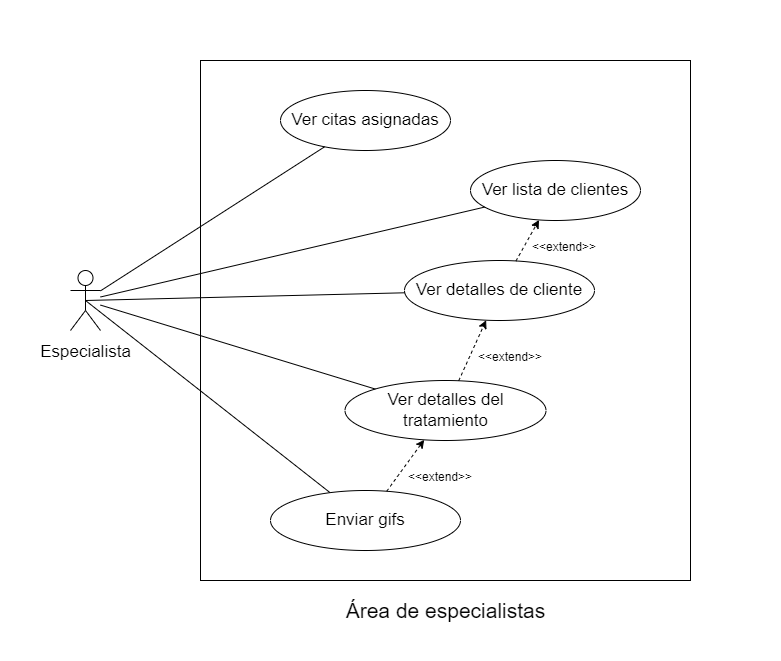
mpadillatabuenca/Proyecto-IR-Cinetica keeps this draw.io diagram as Proyecto remus/images/$Casos_de_uso_area_de_especialistas.png. Above is the earlier version. Source tidied: cells renumbered, new cells last; positions are measured from the earlier drawing's top-left corner, leaving out a move shared by most shapes. Source of this version:
```xml
<mxGraphModel>
  <root>
    <mxCell id="0" />
    <mxCell id="1" parent="0" />
    <mxCell id="2" style="rounded=0;whiteSpace=wrap;html=1;strokeColor=none;" parent="1" vertex="1">
      <mxGeometry width="780" height="660" as="geometry" />
    </mxCell>
    <mxCell id="3" style="rounded=0;whiteSpace=wrap;html=1;" parent="1" vertex="1">
      <mxGeometry x="200" y="60" width="490" height="520" as="geometry" />
    </mxCell>
    <mxCell id="4" value="&lt;font style=&quot;font-size: 21px&quot;&gt;Área de especialistas&lt;/font&gt;" style="text;html=1;align=center;verticalAlign=middle;strokeColor=none;fillColor=none;" parent="1" vertex="1">
      <mxGeometry x="335" y="600" width="220" height="20" as="geometry" />
    </mxCell>
    <mxCell id="5" value="&lt;font style=&quot;font-size: 17px&quot;&gt;Especialista&lt;/font&gt;" style="shape=umlActor;verticalLabelPosition=bottom;verticalAlign=top;html=1;outlineConnect=0;fontSize=21;" parent="1" vertex="1">
      <mxGeometry x="70" y="270" width="30" height="60" as="geometry" />
    </mxCell>
    <mxCell id="6" value="Ver citas asignadas" style="ellipse;whiteSpace=wrap;html=1;fontSize=17;" parent="1" vertex="1">
      <mxGeometry x="280" y="90" width="170" height="60" as="geometry" />
    </mxCell>
    <mxCell id="7" style="endArrow=none;html=1;rounded=0;fontSize=16;" parent="1" edge="1" source="5" target="6">
      <mxGeometry relative="1" as="geometry" />
    </mxCell>
    <mxCell id="8" value="Ver lista de clientes" style="ellipse;whiteSpace=wrap;html=1;fontSize=17;" parent="1" vertex="1">
      <mxGeometry x="470" y="160" width="170" height="60" as="geometry" />
    </mxCell>
    <mxCell id="9" style="endArrow=none;html=1;rounded=0;fontSize=16;" parent="1" edge="1" source="5" target="8">
      <mxGeometry relative="1" as="geometry" />
    </mxCell>
    <mxCell id="10" value="Ver detalles del tratamiento" style="ellipse;whiteSpace=wrap;html=1;fontSize=17;" parent="1" vertex="1">
      <mxGeometry x="344.5" y="380" width="201" height="60" as="geometry" />
    </mxCell>
    <mxCell id="11" style="endArrow=none;html=1;rounded=0;fontSize=16;" parent="1" edge="1" source="5" target="10">
      <mxGeometry relative="1" as="geometry" />
    </mxCell>
    <mxCell id="12" value="Ver detalles de cliente" style="ellipse;whiteSpace=wrap;html=1;fontSize=17;" parent="1" vertex="1">
      <mxGeometry x="404" y="260" width="190" height="60" as="geometry" />
    </mxCell>
    <mxCell id="13" style="endArrow=none;html=1;rounded=0;fontSize=16;exitX=0.5;exitY=0.5;exitDx=0;exitDy=0;exitPerimeter=0;" parent="1" edge="1" source="5" target="12">
      <mxGeometry relative="1" as="geometry" />
    </mxCell>
    <mxCell id="14" value="Enviar gifs" style="ellipse;whiteSpace=wrap;html=1;fontSize=17;" parent="1" vertex="1">
      <mxGeometry x="270" y="490" width="190" height="60" as="geometry" />
    </mxCell>
    <mxCell id="15" style="endArrow=none;html=1;rounded=0;fontSize=16;exitX=0.5;exitY=0.5;exitDx=0;exitDy=0;exitPerimeter=0;" parent="1" edge="1" source="5" target="14">
      <mxGeometry relative="1" as="geometry" />
    </mxCell>
    <mxCell id="16" style="endArrow=classic;html=1;rounded=0;fontSize=16;dashed=1;" parent="1" edge="1" source="12" target="8">
      <mxGeometry relative="1" as="geometry" />
    </mxCell>
    <mxCell id="17" style="endArrow=classic;html=1;rounded=0;fontSize=16;dashed=1;" parent="1" edge="1" source="10" target="12">
      <mxGeometry relative="1" as="geometry" />
    </mxCell>
    <mxCell id="18" style="endArrow=classic;html=1;rounded=0;fontSize=16;dashed=1;" parent="1" edge="1" source="14" target="10">
      <mxGeometry relative="1" as="geometry" />
    </mxCell>
    <mxCell id="19" value="&lt;font style=&quot;font-size: 12px&quot;&gt;&amp;lt;&amp;lt;extend&amp;gt;&amp;gt;&lt;/font&gt;" style="text;html=1;strokeColor=none;fillColor=none;align=center;verticalAlign=middle;whiteSpace=wrap;rounded=0;fontSize=16;" parent="1" vertex="1">
      <mxGeometry x="534" y="230" width="60" height="30" as="geometry" />
    </mxCell>
    <mxCell id="20" value="&lt;font style=&quot;font-size: 12px&quot;&gt;&amp;lt;&amp;lt;extend&amp;gt;&amp;gt;&lt;/font&gt;" style="text;html=1;strokeColor=none;fillColor=none;align=center;verticalAlign=middle;whiteSpace=wrap;rounded=0;fontSize=16;" parent="1" vertex="1">
      <mxGeometry x="480" y="340" width="60" height="30" as="geometry" />
    </mxCell>
    <mxCell id="21" value="&lt;font style=&quot;font-size: 12px&quot;&gt;&amp;lt;&amp;lt;extend&amp;gt;&amp;gt;&lt;/font&gt;" style="text;html=1;strokeColor=none;fillColor=none;align=center;verticalAlign=middle;whiteSpace=wrap;rounded=0;fontSize=16;" parent="1" vertex="1">
      <mxGeometry x="410" y="460" width="60" height="30" as="geometry" />
    </mxCell>
  </root>
</mxGraphModel>
```
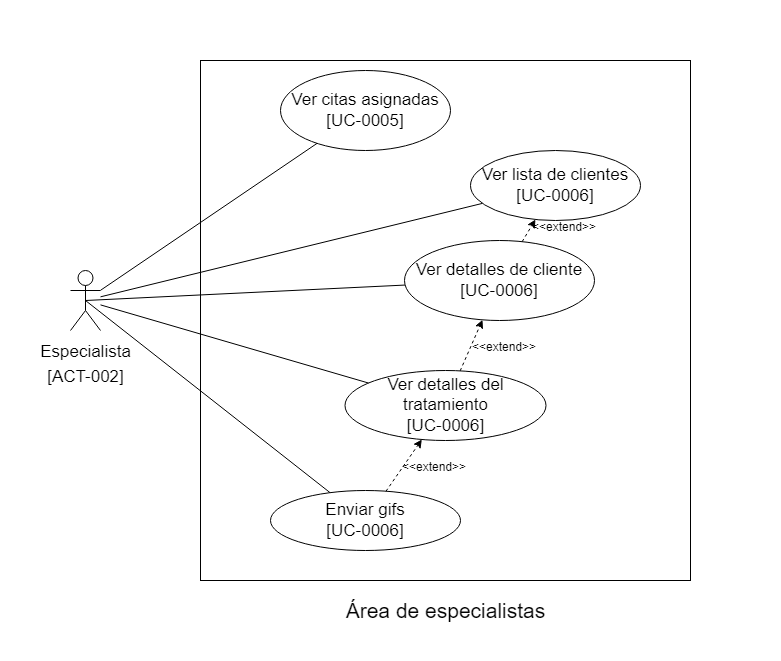
After the commit.

What changed in the source:
```diff
@@ -11,34 +11,34 @@
     <mxCell id="4" value="&lt;font style=&quot;font-size: 21px&quot;&gt;Área de especialistas&lt;/font&gt;" style="text;html=1;align=center;verticalAlign=middle;strokeColor=none;fillColor=none;" parent="1" vertex="1">
       <mxGeometry x="335" y="600" width="220" height="20" as="geometry" />
     </mxCell>
-    <mxCell id="5" value="&lt;font style=&quot;font-size: 17px&quot;&gt;Especialista&lt;/font&gt;" style="shape=umlActor;verticalLabelPosition=bottom;verticalAlign=top;html=1;outlineConnect=0;fontSize=21;" parent="1" vertex="1">
+    <mxCell id="5" value="&lt;font style=&quot;font-size: 17px&quot;&gt;Especialista&lt;br&gt;[ACT-002]&lt;br&gt;&lt;/font&gt;" style="shape=umlActor;verticalLabelPosition=bottom;verticalAlign=top;html=1;outlineConnect=0;fontSize=21;" parent="1" vertex="1">
       <mxGeometry x="70" y="270" width="30" height="60" as="geometry" />
     </mxCell>
-    <mxCell id="6" value="Ver citas asignadas" style="ellipse;whiteSpace=wrap;html=1;fontSize=17;" parent="1" vertex="1">
-      <mxGeometry x="280" y="90" width="170" height="60" as="geometry" />
+    <mxCell id="6" value="Ver citas asignadas&lt;br&gt;[UC-0005]" style="ellipse;whiteSpace=wrap;html=1;fontSize=17;" parent="1" vertex="1">
+      <mxGeometry x="280" y="70" width="170" height="80" as="geometry" />
     </mxCell>
     <mxCell id="7" style="endArrow=none;html=1;rounded=0;fontSize=16;" parent="1" edge="1" source="5" target="6">
       <mxGeometry relative="1" as="geometry" />
     </mxCell>
-    <mxCell id="8" value="Ver lista de clientes" style="ellipse;whiteSpace=wrap;html=1;fontSize=17;" parent="1" vertex="1">
-      <mxGeometry x="470" y="160" width="170" height="60" as="geometry" />
+    <mxCell id="8" value="Ver lista de clientes&lt;br&gt;[UC-0006]" style="ellipse;whiteSpace=wrap;html=1;fontSize=17;" parent="1" vertex="1">
+      <mxGeometry x="470" y="150" width="170" height="70" as="geometry" />
     </mxCell>
     <mxCell id="9" style="endArrow=none;html=1;rounded=0;fontSize=16;" parent="1" edge="1" source="5" target="8">
       <mxGeometry relative="1" as="geometry" />
     </mxCell>
-    <mxCell id="10" value="Ver detalles del tratamiento" style="ellipse;whiteSpace=wrap;html=1;fontSize=17;" parent="1" vertex="1">
-      <mxGeometry x="344.5" y="380" width="201" height="60" as="geometry" />
+    <mxCell id="10" value="Ver detalles del tratamiento&lt;br&gt;[UC-0006]" style="ellipse;whiteSpace=wrap;html=1;fontSize=17;" parent="1" vertex="1">
+      <mxGeometry x="344.5" y="370" width="201" height="70" as="geometry" />
     </mxCell>
     <mxCell id="11" style="endArrow=none;html=1;rounded=0;fontSize=16;" parent="1" edge="1" source="5" target="10">
       <mxGeometry relative="1" as="geometry" />
     </mxCell>
-    <mxCell id="12" value="Ver detalles de cliente" style="ellipse;whiteSpace=wrap;html=1;fontSize=17;" parent="1" vertex="1">
-      <mxGeometry x="404" y="260" width="190" height="60" as="geometry" />
+    <mxCell id="12" value="Ver detalles de cliente&lt;br&gt;[UC-0006]" style="ellipse;whiteSpace=wrap;html=1;fontSize=17;" parent="1" vertex="1">
+      <mxGeometry x="404" y="240" width="190" height="80" as="geometry" />
     </mxCell>
     <mxCell id="13" style="endArrow=none;html=1;rounded=0;fontSize=16;exitX=0.5;exitY=0.5;exitDx=0;exitDy=0;exitPerimeter=0;" parent="1" edge="1" source="5" target="12">
       <mxGeometry relative="1" as="geometry" />
     </mxCell>
-    <mxCell id="14" value="Enviar gifs" style="ellipse;whiteSpace=wrap;html=1;fontSize=17;" parent="1" vertex="1">
+    <mxCell id="14" value="Enviar gifs&lt;br&gt;[UC-0006]" style="ellipse;whiteSpace=wrap;html=1;fontSize=17;" parent="1" vertex="1">
       <mxGeometry x="270" y="490" width="190" height="60" as="geometry" />
     </mxCell>
     <mxCell id="15" style="endArrow=none;html=1;rounded=0;fontSize=16;exitX=0.5;exitY=0.5;exitDx=0;exitDy=0;exitPerimeter=0;" parent="1" edge="1" source="5" target="14">
@@ -54,13 +54,13 @@
       <mxGeometry relative="1" as="geometry" />
     </mxCell>
     <mxCell id="19" value="&lt;font style=&quot;font-size: 12px&quot;&gt;&amp;lt;&amp;lt;extend&amp;gt;&amp;gt;&lt;/font&gt;" style="text;html=1;strokeColor=none;fillColor=none;align=center;verticalAlign=middle;whiteSpace=wrap;rounded=0;fontSize=16;" parent="1" vertex="1">
-      <mxGeometry x="534" y="230" width="60" height="30" as="geometry" />
+      <mxGeometry x="534" y="210" width="60" height="30" as="geometry" />
     </mxCell>
     <mxCell id="20" value="&lt;font style=&quot;font-size: 12px&quot;&gt;&amp;lt;&amp;lt;extend&amp;gt;&amp;gt;&lt;/font&gt;" style="text;html=1;strokeColor=none;fillColor=none;align=center;verticalAlign=middle;whiteSpace=wrap;rounded=0;fontSize=16;" parent="1" vertex="1">
-      <mxGeometry x="480" y="340" width="60" height="30" as="geometry" />
+      <mxGeometry x="474" y="330" width="60" height="30" as="geometry" />
     </mxCell>
     <mxCell id="21" value="&lt;font style=&quot;font-size: 12px&quot;&gt;&amp;lt;&amp;lt;extend&amp;gt;&amp;gt;&lt;/font&gt;" style="text;html=1;strokeColor=none;fillColor=none;align=center;verticalAlign=middle;whiteSpace=wrap;rounded=0;fontSize=16;" parent="1" vertex="1">
-      <mxGeometry x="410" y="460" width="60" height="30" as="geometry" />
+      <mxGeometry x="404" y="450" width="60" height="30" as="geometry" />
     </mxCell>
   </root>
 </mxGraphModel>
```
